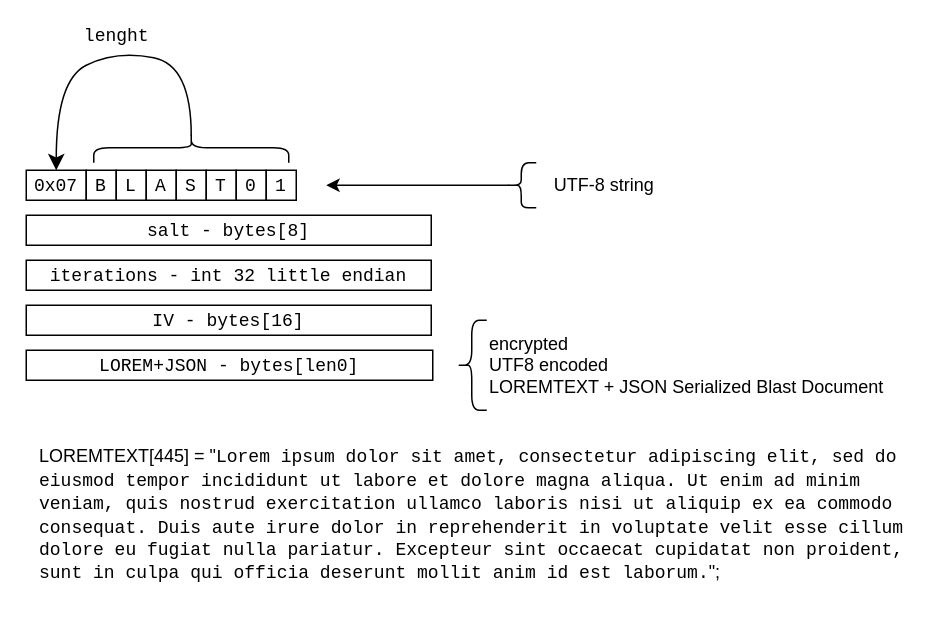
nicolgit/blast keeps this draw.io diagram as docs/blast-file-format.drawio. Above is the earlier version. Source tidied: cells renumbered, new cells numbered last; positions are measured from the earlier drawing's top-left corner, leaving out a move shared by most shapes. Both pictures are drawn from the tidied source at 150%, with x=0, y=0 at pixel (26, 50).
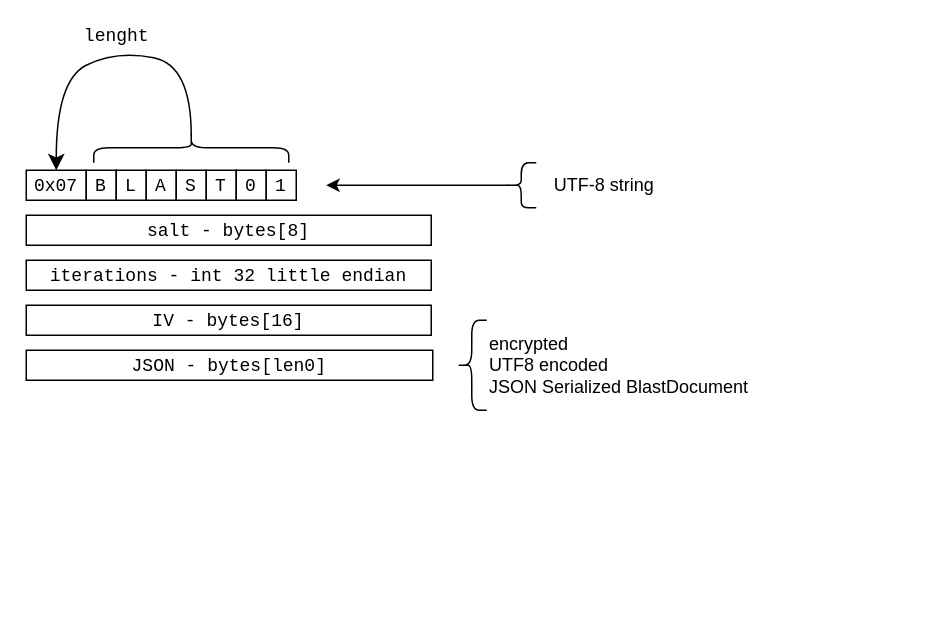
The same diagram, later.

Commit message (it also covers changes not shown here):
updated file format (NO LOREM)+BottomNavigationBar

Diff of the diagram source:
```diff
@@
-    <mxCell id="6" value="&lt;font face=&quot;Courier New&quot;&gt;LOREM+JSON - bytes[len0]&lt;/font&gt;" style="rounded=0;whiteSpace=wrap;html=1;align=center;" parent="1" vertex="1">
+    <mxCell id="6" value="&lt;font face=&quot;Courier New&quot;&gt;JSON - bytes[len0]&lt;/font&gt;" style="rounded=0;whiteSpace=wrap;html=1;align=center;" parent="1" vertex="1">
       <mxGeometry y="200" width="271" height="20" as="geometry" />
     </mxCell>
@@
-    <mxCell id="8" value="encrypted &lt;br&gt;UTF8 encoded &lt;br&gt;&lt;div style=&quot;&quot;&gt;&lt;span style=&quot;background-color: initial;&quot;&gt;LOREMTEXT + JSON Serialized Blast Document&lt;/span&gt;&lt;/div&gt;" style="text;html=1;align=left;verticalAlign=middle;strokeColor=none;fillColor=none;" parent="1" vertex="1">
-      <mxGeometry x="307" y="180" width="290" height="60" as="geometry" />
+    <mxCell id="8" value="encrypted &lt;br&gt;UTF8 encoded &lt;br&gt;&lt;div style=&quot;&quot;&gt;&lt;span style=&quot;background-color: initial;&quot;&gt;JSON Serialized BlastDocument&lt;/span&gt;&lt;/div&gt;" style="text;html=1;align=left;verticalAlign=middle;strokeColor=none;fillColor=none;" parent="1" vertex="1">
+      <mxGeometry x="307" y="180" width="200" height="60" as="geometry" />
     </mxCell>
-    <mxCell id="9" value="LOREMTEXT[445] = &quot;&lt;font face=&quot;Courier New&quot;&gt;Lorem ipsum dolor sit amet, consectetur adipiscing elit, sed do eiusmod tempor incididunt ut labore et dolore magna aliqua. Ut enim ad minim veniam, quis nostrud exercitation ullamco laboris nisi ut aliquip ex ea commodo consequat. Duis aute irure dolor in reprehenderit in voluptate velit esse cillum dolore eu fugiat nulla pariatur. Excepteur sint occaecat cupidatat non proident, sunt in culpa qui officia deserunt mollit anim id est laborum.&lt;/font&gt;&quot;;" style="text;html=1;strokeColor=none;fillColor=none;align=left;verticalAlign=middle;whiteSpace=wrap;rounded=0;" parent="1" vertex="1">
-      <mxGeometry x="7" y="250" width="580" height="120" as="geometry" />
-    </mxCell>
```
